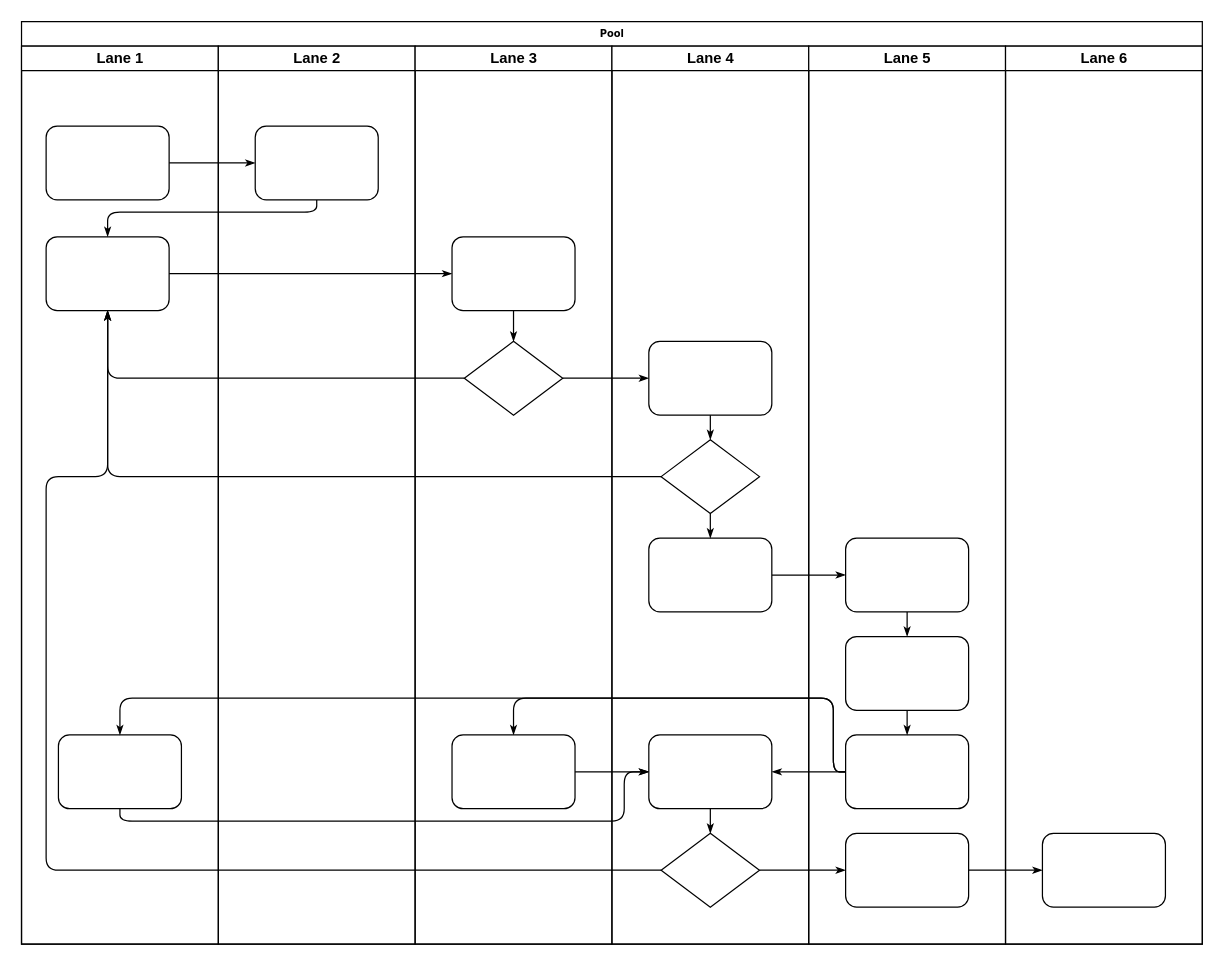
Before: Diagrama sin título.drawio in TheAguxman12/Practica-1, a draw.io diagram. Source tidied: cells renumbered, new cells numbered last; positions are measured from the earlier drawing's top-left corner, leaving out a move shared by most shapes. Both pictures are drawn from the tidied source at 123%, with x=0, y=0 at pixel (21, 21).
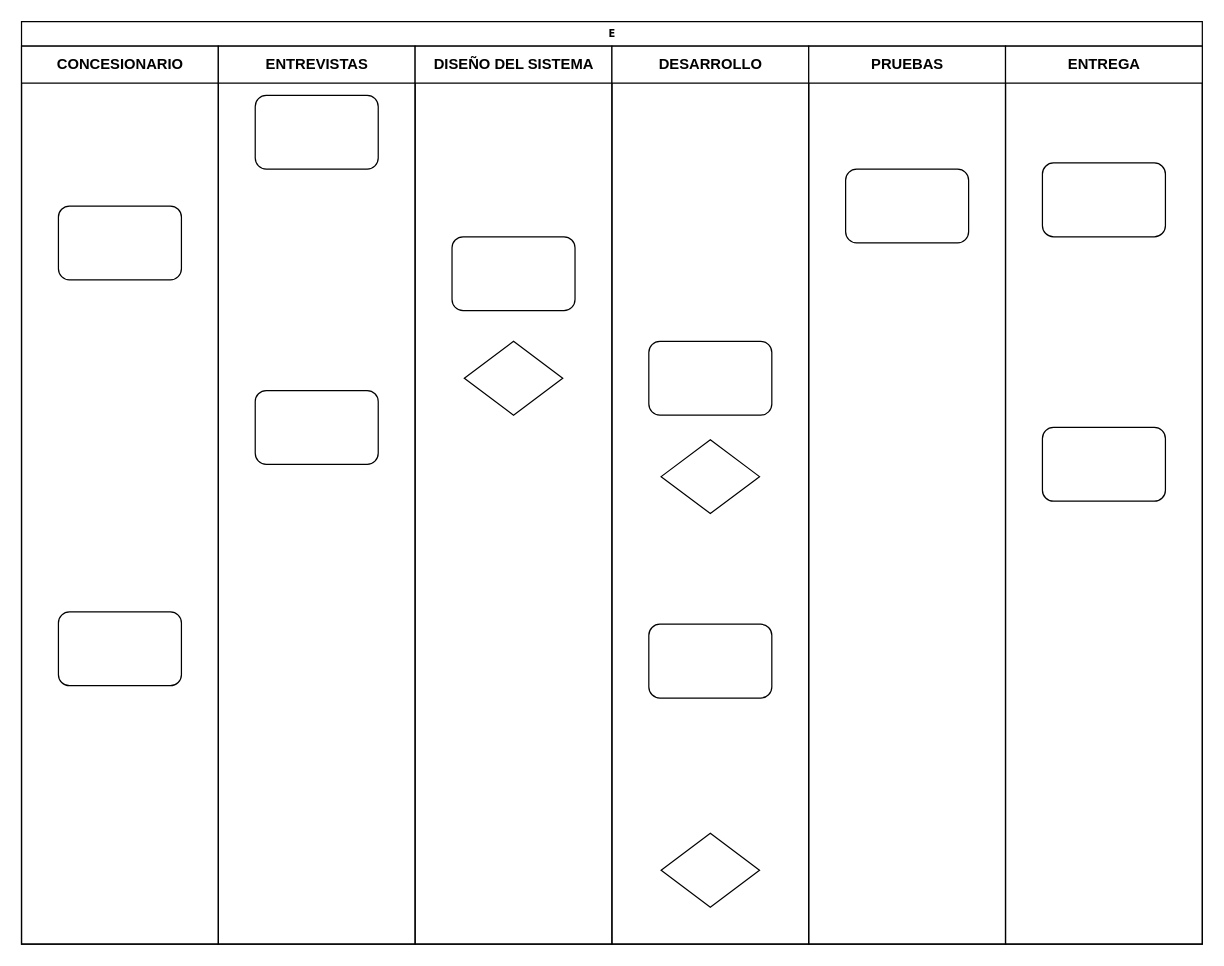
After the change.

Unchanged cells that the change refers to:
```xml
<mxCell id="25" style="rounded=1;whiteSpace=wrap;html=1;shadow=0;labelBackgroundColor=none;strokeWidth=1;fontFamily=Verdana;fontSize=8;align=center;" parent="24" vertex="1">
  <mxGeometry x="30" y="155" width="100" height="60" as="geometry" />
</mxCell>
<mxCell id="26" style="rhombus;whiteSpace=wrap;html=1;rounded=0;shadow=0;labelBackgroundColor=none;strokeWidth=1;fontFamily=Verdana;fontSize=8;align=center;" parent="24" vertex="1">
  <mxGeometry x="40" y="240" width="80" height="60" as="geometry" />
</mxCell>
<mxCell id="30" style="rounded=1;whiteSpace=wrap;html=1;shadow=0;labelBackgroundColor=none;strokeWidth=1;fontFamily=Verdana;fontSize=8;align=center;" parent="29" vertex="1">
  <mxGeometry x="30" y="240" width="100" height="60" as="geometry" />
</mxCell>
<mxCell id="31" style="rhombus;whiteSpace=wrap;html=1;rounded=0;shadow=0;labelBackgroundColor=none;strokeWidth=1;fontFamily=Verdana;fontSize=8;align=center;" parent="29" vertex="1">
  <mxGeometry x="40" y="320" width="80" height="60" as="geometry" />
</mxCell>
<mxCell id="34" style="rhombus;whiteSpace=wrap;html=1;rounded=0;shadow=0;labelBackgroundColor=none;strokeWidth=1;fontFamily=Verdana;fontSize=8;align=center;" parent="29" vertex="1">
  <mxGeometry x="40" y="640" width="80" height="60" as="geometry" />
</mxCell>
```

Change to the diagram source:
```diff
@@
-    <mxCell id="2" value="Pool" style="swimlane;html=1;startSize=20;rounded=0;shadow=0;labelBackgroundColor=none;strokeWidth=1;fontFamily=Verdana;fontSize=8;align=center;" parent="1" vertex="1">
+    <mxCell id="2" value="E" style="swimlane;html=1;startSize=20;rounded=0;shadow=0;labelBackgroundColor=none;strokeWidth=1;fontFamily=Verdana;fontSize=8;align=center;" parent="1" vertex="1">
       <mxGeometry width="960" height="750" as="geometry" />
     </mxCell>
-    <mxCell id="3" value="Lane 1" style="swimlane;html=1;startSize=20;" parent="2" vertex="1">
+    <mxCell id="3" value="CONCESIONARIO" style="swimlane;html=1;startSize=30;" parent="2" vertex="1">
       <mxGeometry y="20" width="160" height="730" as="geometry" />
     </mxCell>
-    <mxCell id="4" style="rounded=1;whiteSpace=wrap;html=1;shadow=0;labelBackgroundColor=none;strokeWidth=1;fontFamily=Verdana;fontSize=8;align=center;" parent="3" vertex="1">
-      <mxGeometry x="20" y="65" width="100" height="60" as="geometry" />
-    </mxCell>
-    <mxCell id="5" style="rounded=1;whiteSpace=wrap;html=1;shadow=0;labelBackgroundColor=none;strokeWidth=1;fontFamily=Verdana;fontSize=8;align=center;" parent="3" vertex="1">
-      <mxGeometry x="20" y="155" width="100" height="60" as="geometry" />
-    </mxCell>
-    <mxCell id="6" style="rounded=1;whiteSpace=wrap;html=1;shadow=0;labelBackgroundColor=none;strokeWidth=1;fontFamily=Verdana;fontSize=8;align=center;" parent="3" vertex="1">
-      <mxGeometry x="30" y="560" width="100" height="60" as="geometry" />
-    </mxCell>
-    <mxCell id="7" style="edgeStyle=orthogonalEdgeStyle;rounded=1;html=1;labelBackgroundColor=none;startArrow=none;startFill=0;startSize=5;endArrow=classicThin;endFill=1;endSize=5;jettySize=auto;strokeWidth=1;fontFamily=Verdana;fontSize=8;" parent="2" edge="1" source="4" target="23">
-      <mxGeometry relative="1" as="geometry" />
-    </mxCell>
-    <mxCell id="8" style="edgeStyle=orthogonalEdgeStyle;rounded=1;html=1;labelBackgroundColor=none;startArrow=none;startFill=0;startSize=5;endArrow=classicThin;endFill=1;endSize=5;jettySize=auto;strokeWidth=1;fontFamily=Verdana;fontSize=8;" parent="2" edge="1" source="23" target="5">
-      <mxGeometry relative="1" as="geometry">
-        <Array as="points">
-          <mxPoint x="240" y="155" />
-          <mxPoint x="70" y="155" />
-        </Array>
-      </mxGeometry>
-    </mxCell>
-    <mxCell id="9" style="edgeStyle=orthogonalEdgeStyle;rounded=1;html=1;labelBackgroundColor=none;startArrow=none;startFill=0;startSize=5;endArrow=classicThin;endFill=1;endSize=5;jettySize=auto;strokeWidth=1;fontFamily=Verdana;fontSize=8;" parent="2" edge="1" source="5" target="25">
-      <mxGeometry relative="1" as="geometry" />
-    </mxCell>
-    <mxCell id="10" style="edgeStyle=orthogonalEdgeStyle;rounded=1;html=1;labelBackgroundColor=none;startArrow=none;startFill=0;startSize=5;endArrow=classicThin;endFill=1;endSize=5;jettySize=auto;strokeWidth=1;fontFamily=Verdana;fontSize=8;" parent="2" edge="1" source="26" target="5">
-      <mxGeometry relative="1" as="geometry" />
-    </mxCell>
-    <mxCell id="11" style="edgeStyle=orthogonalEdgeStyle;rounded=1;html=1;labelBackgroundColor=none;startArrow=none;startFill=0;startSize=5;endArrow=classicThin;endFill=1;endSize=5;jettySize=auto;strokeWidth=1;fontFamily=Verdana;fontSize=8;" parent="2" edge="1" source="31" target="5">
-      <mxGeometry relative="1" as="geometry" />
-    </mxCell>
-    <mxCell id="12" style="edgeStyle=orthogonalEdgeStyle;rounded=1;html=1;labelBackgroundColor=none;startArrow=none;startFill=0;startSize=5;endArrow=classicThin;endFill=1;endSize=5;jettySize=auto;strokeWidth=1;fontFamily=Verdana;fontSize=8;" parent="2" edge="1" source="34" target="5">
-      <mxGeometry relative="1" as="geometry">
-        <Array as="points">
-          <mxPoint x="20" y="690" />
-          <mxPoint x="20" y="370" />
-          <mxPoint x="70" y="370" />
-        </Array>
-      </mxGeometry>
-    </mxCell>
-    <mxCell id="13" style="edgeStyle=orthogonalEdgeStyle;rounded=1;html=1;labelBackgroundColor=none;startArrow=none;startFill=0;startSize=5;endArrow=classicThin;endFill=1;endSize=5;jettySize=auto;strokeWidth=1;fontFamily=Verdana;fontSize=8;" parent="2" edge="1" source="26" target="30">
-      <mxGeometry relative="1" as="geometry" />
-    </mxCell>
-    <mxCell id="14" style="edgeStyle=orthogonalEdgeStyle;rounded=1;html=1;labelBackgroundColor=none;startArrow=none;startFill=0;startSize=5;endArrow=classicThin;endFill=1;endSize=5;jettySize=auto;strokeWidth=1;fontFamily=Verdana;fontSize=8;" parent="2" edge="1" source="34" target="42">
-      <mxGeometry relative="1" as="geometry" />
-    </mxCell>
-    <mxCell id="15" style="edgeStyle=orthogonalEdgeStyle;rounded=1;html=1;labelBackgroundColor=none;startArrow=none;startFill=0;startSize=5;endArrow=classicThin;endFill=1;endSize=5;jettySize=auto;strokeWidth=1;fontFamily=Verdana;fontSize=8;" parent="2" edge="1" source="42" target="46">
-      <mxGeometry relative="1" as="geometry" />
-    </mxCell>
-    <mxCell id="16" style="edgeStyle=orthogonalEdgeStyle;rounded=1;html=1;labelBackgroundColor=none;startArrow=none;startFill=0;startSize=5;endArrow=classicThin;endFill=1;endSize=5;jettySize=auto;strokeWidth=1;fontFamily=Verdana;fontSize=8;" parent="2" edge="1" source="32" target="39">
-      <mxGeometry relative="1" as="geometry" />
-    </mxCell>
-    <mxCell id="17" style="edgeStyle=orthogonalEdgeStyle;rounded=1;html=1;labelBackgroundColor=none;startArrow=none;startFill=0;startSize=5;endArrow=classicThin;endFill=1;endSize=5;jettySize=auto;strokeWidth=1;fontFamily=Verdana;fontSize=8;" parent="2" edge="1" source="41" target="27">
-      <mxGeometry relative="1" as="geometry">
-        <Array as="points">
-          <mxPoint x="660" y="610" />
-          <mxPoint x="660" y="550" />
-          <mxPoint x="400" y="550" />
-        </Array>
-      </mxGeometry>
-    </mxCell>
-    <mxCell id="18" style="edgeStyle=orthogonalEdgeStyle;rounded=1;html=1;labelBackgroundColor=none;startArrow=none;startFill=0;startSize=5;endArrow=classicThin;endFill=1;endSize=5;jettySize=auto;strokeColor=#000000;strokeWidth=1;fontFamily=Verdana;fontSize=8;fontColor=#000000;" parent="2" edge="1" source="41" target="33">
-      <mxGeometry relative="1" as="geometry" />
-    </mxCell>
-    <mxCell id="19" style="edgeStyle=orthogonalEdgeStyle;rounded=1;html=1;labelBackgroundColor=none;startArrow=none;startFill=0;startSize=5;endArrow=classicThin;endFill=1;endSize=5;jettySize=auto;strokeWidth=1;fontFamily=Verdana;fontSize=8;" parent="2" edge="1" source="41" target="6">
-      <mxGeometry relative="1" as="geometry">
-        <Array as="points">
-          <mxPoint x="660" y="610" />
-          <mxPoint x="660" y="550" />
-          <mxPoint x="80" y="550" />
-        </Array>
-      </mxGeometry>
-    </mxCell>
-    <mxCell id="20" style="edgeStyle=orthogonalEdgeStyle;rounded=1;html=1;labelBackgroundColor=none;startArrow=none;startFill=0;startSize=5;endArrow=classicThin;endFill=1;endSize=5;jettySize=auto;strokeWidth=1;fontFamily=Verdana;fontSize=8;" parent="2" edge="1" source="6" target="33">
-      <mxGeometry relative="1" as="geometry">
-        <Array as="points">
-          <mxPoint x="80" y="650" />
-          <mxPoint x="490" y="650" />
-          <mxPoint x="490" y="610" />
-        </Array>
-      </mxGeometry>
-    </mxCell>
-    <mxCell id="21" style="edgeStyle=orthogonalEdgeStyle;rounded=1;html=1;labelBackgroundColor=none;startArrow=none;startFill=0;startSize=5;endArrow=classicThin;endFill=1;endSize=5;jettySize=auto;strokeWidth=1;fontFamily=Verdana;fontSize=8;" parent="2" edge="1" source="27" target="33">
-      <mxGeometry relative="1" as="geometry" />
-    </mxCell>
+    <mxCell id="39" style="rounded=1;whiteSpace=wrap;html=1;shadow=0;labelBackgroundColor=none;strokeWidth=1;fontFamily=Verdana;fontSize=8;align=center;" parent="3" vertex="1">
+      <mxGeometry x="30" y="130" width="100" height="60" as="geometry" />
+    </mxCell>
+    <mxCell id="42" style="rounded=1;whiteSpace=wrap;html=1;shadow=0;labelBackgroundColor=none;strokeWidth=1;fontFamily=Verdana;fontSize=8;align=center;" parent="3" vertex="1">
+      <mxGeometry x="30" y="460" width="100" height="60" as="geometry" />
+    </mxCell>
-    <mxCell id="22" value="Lane 2" style="swimlane;html=1;startSize=20;" parent="2" vertex="1">
+    <mxCell id="22" value="ENTREVISTAS" style="swimlane;html=1;startSize=30;" parent="2" vertex="1">
       <mxGeometry x="160" y="20" width="160" height="730" as="geometry" />
     </mxCell>
     <mxCell id="23" style="rounded=1;whiteSpace=wrap;html=1;shadow=0;labelBackgroundColor=none;strokeWidth=1;fontFamily=Verdana;fontSize=8;align=center;" parent="22" vertex="1">
-      <mxGeometry x="30" y="65" width="100" height="60" as="geometry" />
+      <mxGeometry x="30" y="40" width="100" height="60" as="geometry" />
     </mxCell>
+    <mxCell id="41" style="rounded=1;whiteSpace=wrap;html=1;shadow=0;labelBackgroundColor=none;strokeWidth=1;fontFamily=Verdana;fontSize=8;align=center;" parent="22" vertex="1">
+      <mxGeometry x="30" y="280" width="100" height="60" as="geometry" />
+    </mxCell>
-    <mxCell id="24" value="Lane 3" style="swimlane;html=1;startSize=20;" parent="2" vertex="1">
+    <mxCell id="24" value="DISEÑO DEL SISTEMA" style="swimlane;html=1;startSize=30;" parent="2" vertex="1">
       <mxGeometry x="320" y="20" width="160" height="730" as="geometry" />
     </mxCell>
@@
-    <mxCell id="27" style="rounded=1;whiteSpace=wrap;html=1;shadow=0;labelBackgroundColor=none;strokeWidth=1;fontFamily=Verdana;fontSize=8;align=center;" parent="24" vertex="1">
-      <mxGeometry x="30" y="560" width="100" height="60" as="geometry" />
-    </mxCell>
-    <mxCell id="28" style="edgeStyle=orthogonalEdgeStyle;rounded=1;html=1;labelBackgroundColor=none;startArrow=none;startFill=0;startSize=5;endArrow=classicThin;endFill=1;endSize=5;jettySize=auto;strokeWidth=1;fontFamily=Verdana;fontSize=8;" parent="24" edge="1" source="25" target="26">
-      <mxGeometry relative="1" as="geometry" />
-    </mxCell>
-    <mxCell id="29" value="Lane 4" style="swimlane;html=1;startSize=20;" parent="2" vertex="1">
+    <mxCell id="29" value="DESARROLLO" style="swimlane;html=1;startSize=30;" parent="2" vertex="1">
       <mxGeometry x="480" y="20" width="160" height="730" as="geometry" />
     </mxCell>
@@
     <mxCell id="32" style="rounded=1;whiteSpace=wrap;html=1;shadow=0;labelBackgroundColor=none;strokeWidth=1;fontFamily=Verdana;fontSize=8;align=center;" parent="29" vertex="1">
-      <mxGeometry x="30" y="400" width="100" height="60" as="geometry" />
+      <mxGeometry x="30" y="470" width="100" height="60" as="geometry" />
     </mxCell>
-    <mxCell id="33" style="rounded=1;whiteSpace=wrap;html=1;shadow=0;labelBackgroundColor=none;strokeWidth=1;fontFamily=Verdana;fontSize=8;align=center;" parent="29" vertex="1">
-      <mxGeometry x="30" y="560" width="100" height="60" as="geometry" />
-    </mxCell>
@@
-    <mxCell id="35" style="edgeStyle=orthogonalEdgeStyle;rounded=1;html=1;labelBackgroundColor=none;startArrow=none;startFill=0;startSize=5;endArrow=classicThin;endFill=1;endSize=5;jettySize=auto;strokeColor=#000000;strokeWidth=1;fontFamily=Verdana;fontSize=8;fontColor=#000000;" parent="29" edge="1" source="30" target="31">
-      <mxGeometry relative="1" as="geometry" />
-    </mxCell>
-    <mxCell id="36" style="edgeStyle=orthogonalEdgeStyle;rounded=1;html=1;labelBackgroundColor=none;startArrow=none;startFill=0;startSize=5;endArrow=classicThin;endFill=1;endSize=5;jettySize=auto;strokeWidth=1;fontFamily=Verdana;fontSize=8;" parent="29" edge="1" source="31" target="32">
-      <mxGeometry relative="1" as="geometry" />
-    </mxCell>
-    <mxCell id="37" style="edgeStyle=orthogonalEdgeStyle;rounded=1;html=1;labelBackgroundColor=none;startArrow=none;startFill=0;startSize=5;endArrow=classicThin;endFill=1;endSize=5;jettySize=auto;strokeWidth=1;fontFamily=Verdana;fontSize=8;" parent="29" edge="1" source="33" target="34">
-      <mxGeometry relative="1" as="geometry" />
-    </mxCell>
-    <mxCell id="38" value="Lane 5" style="swimlane;html=1;startSize=20;" parent="2" vertex="1">
+    <mxCell id="38" value="PRUEBAS" style="swimlane;html=1;startSize=30;" parent="2" vertex="1">
       <mxGeometry x="640" y="20" width="160" height="730" as="geometry" />
     </mxCell>
-    <mxCell id="39" style="rounded=1;whiteSpace=wrap;html=1;shadow=0;labelBackgroundColor=none;strokeWidth=1;fontFamily=Verdana;fontSize=8;align=center;" parent="38" vertex="1">
-      <mxGeometry x="30" y="400" width="100" height="60" as="geometry" />
-    </mxCell>
     <mxCell id="40" style="rounded=1;whiteSpace=wrap;html=1;shadow=0;labelBackgroundColor=none;strokeWidth=1;fontFamily=Verdana;fontSize=8;align=center;" parent="38" vertex="1">
-      <mxGeometry x="30" y="480" width="100" height="60" as="geometry" />
+      <mxGeometry x="30" y="100" width="100" height="60" as="geometry" />
     </mxCell>
-    <mxCell id="41" style="rounded=1;whiteSpace=wrap;html=1;shadow=0;labelBackgroundColor=none;strokeWidth=1;fontFamily=Verdana;fontSize=8;align=center;" parent="38" vertex="1">
-      <mxGeometry x="30" y="560" width="100" height="60" as="geometry" />
-    </mxCell>
-    <mxCell id="42" style="rounded=1;whiteSpace=wrap;html=1;shadow=0;labelBackgroundColor=none;strokeWidth=1;fontFamily=Verdana;fontSize=8;align=center;" parent="38" vertex="1">
-      <mxGeometry x="30" y="640" width="100" height="60" as="geometry" />
-    </mxCell>
-    <mxCell id="43" style="edgeStyle=orthogonalEdgeStyle;rounded=1;html=1;labelBackgroundColor=none;startArrow=none;startFill=0;startSize=5;endArrow=classicThin;endFill=1;endSize=5;jettySize=auto;strokeWidth=1;fontFamily=Verdana;fontSize=8;" parent="38" edge="1" source="39" target="40">
-      <mxGeometry relative="1" as="geometry" />
-    </mxCell>
-    <mxCell id="44" style="edgeStyle=orthogonalEdgeStyle;rounded=1;html=1;labelBackgroundColor=none;startArrow=none;startFill=0;startSize=5;endArrow=classicThin;endFill=1;endSize=5;jettySize=auto;strokeWidth=1;fontFamily=Verdana;fontSize=8;" parent="38" edge="1" source="40" target="41">
-      <mxGeometry relative="1" as="geometry" />
-    </mxCell>
-    <mxCell id="45" value="Lane 6" style="swimlane;html=1;startSize=20;" parent="2" vertex="1">
+    <mxCell id="45" value="ENTREGA" style="swimlane;html=1;startSize=30;" parent="2" vertex="1">
       <mxGeometry x="800" y="20" width="160" height="730" as="geometry" />
     </mxCell>
     <mxCell id="46" style="rounded=1;whiteSpace=wrap;html=1;shadow=0;labelBackgroundColor=none;strokeWidth=1;fontFamily=Verdana;fontSize=8;align=center;" parent="45" vertex="1">
-      <mxGeometry x="30" y="640" width="100" height="60" as="geometry" />
+      <mxGeometry x="30" y="310" width="100" height="60" as="geometry" />
     </mxCell>
+    <mxCell id="27" style="rounded=1;whiteSpace=wrap;html=1;shadow=0;labelBackgroundColor=none;strokeWidth=1;fontFamily=Verdana;fontSize=8;align=center;" parent="45" vertex="1">
+      <mxGeometry x="30" y="95" width="100" height="60" as="geometry" />
+    </mxCell>
```
